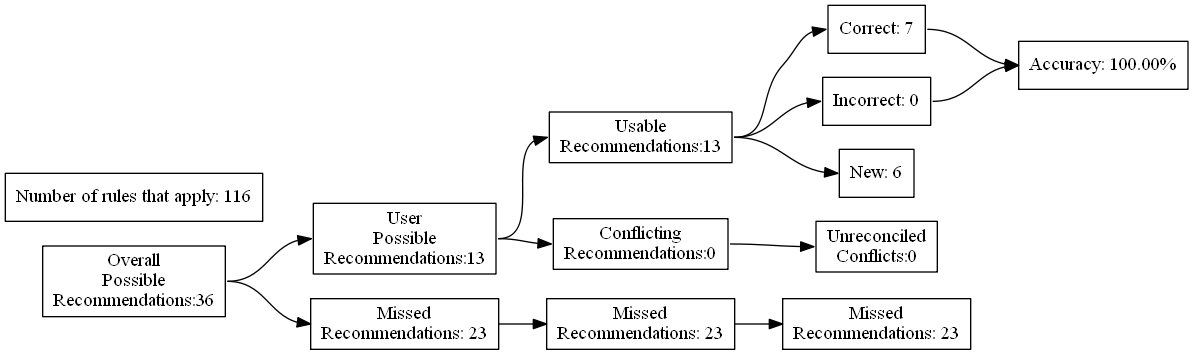
ZaxR/ibd_diet_analysis keeps this Graphviz diagram as test_renders/107.gv.png. Above is the earlier version. Its source is kept beside it as test_renders/107.gv. Its diagram source:
```dot
digraph {
	graph [rankdir=LR]
	node [pos=r shape=box]
	edge [headport=w tailport=e]
		A [label="Overall
Possible
Recommendations:36"]
		B [label="User
Possible
Recommendations:13"]
		C [label="Missed
Recommendations: 23"]
		D [label="Usable
Recommendations:13"]
		E [label="Conflicting
Recommendations:0"]
		J [label="Missed
Recommendations: 23"]
		M [label="Unreconciled
Conflicts:0"]
		F [label="Correct: 7"]
		G [label="Incorrect: 0"]
		H [label="New: 6"]
		K [label="Missed
Recommendations: 23"]
		I [label="Accuracy: 100.00%"]
		l [label="Number of rules that apply: 116"]
			A -> B
			A -> C
			B -> D
			B -> E
			D -> F
			D -> G
			D -> H
			F -> I
			G -> I
			C -> J
			J -> K
			E -> M
}
```
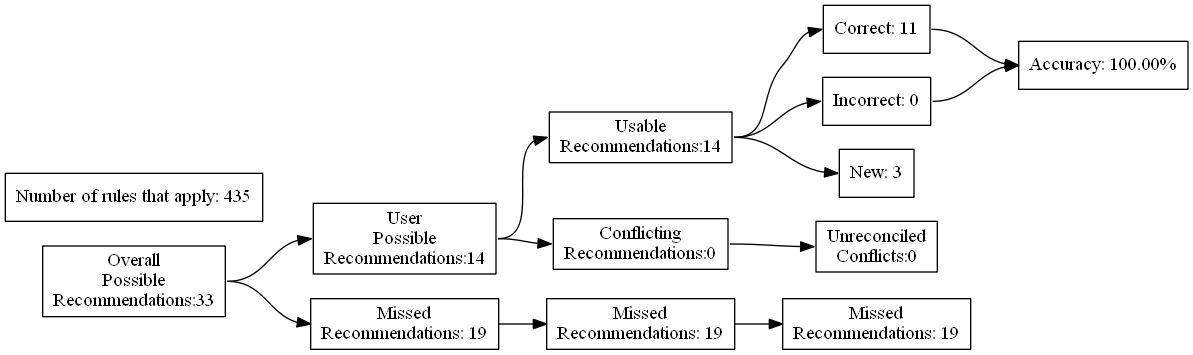
The same diagram one commit later.

The edit, as a diff of the source:
```diff
@@ -4,27 +4,27 @@
 	edge [headport=w tailport=e]
 		A [label="Overall
 Possible
-Recommendations:36"]
+Recommendations:33"]
 		B [label="User
 Possible
-Recommendations:13"]
+Recommendations:14"]
 		C [label="Missed
-Recommendations: 23"]
+Recommendations: 19"]
 		D [label="Usable
-Recommendations:13"]
+Recommendations:14"]
 		E [label="Conflicting
 Recommendations:0"]
 		J [label="Missed
-Recommendations: 23"]
+Recommendations: 19"]
 		M [label="Unreconciled
 Conflicts:0"]
-		F [label="Correct: 7"]
+		F [label="Correct: 11"]
 		G [label="Incorrect: 0"]
-		H [label="New: 6"]
+		H [label="New: 3"]
 		K [label="Missed
-Recommendations: 23"]
+Recommendations: 19"]
 		I [label="Accuracy: 100.00%"]
-		l [label="Number of rules that apply: 116"]
+		l [label="Number of rules that apply: 435"]
 			A -> B
 			A -> C
 			B -> D
```
